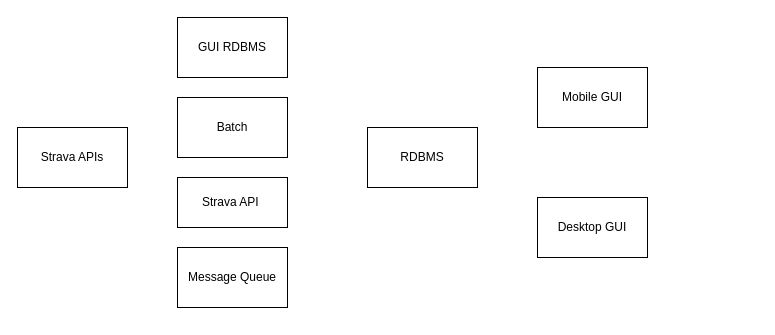
This is page "Application architecture" (1 of 3) of docs/erd_complete.drawio from xivind/velo-supervisor-2000, a draw.io file, before an edit. Source tidied: cells renumbered, new cells numbered last; positions are measured from the earlier drawing's top-left corner, leaving out a move shared by most shapes. Both pictures are drawn from the tidied source at 100%, with x=0, y=0 at pixel (17, 17).
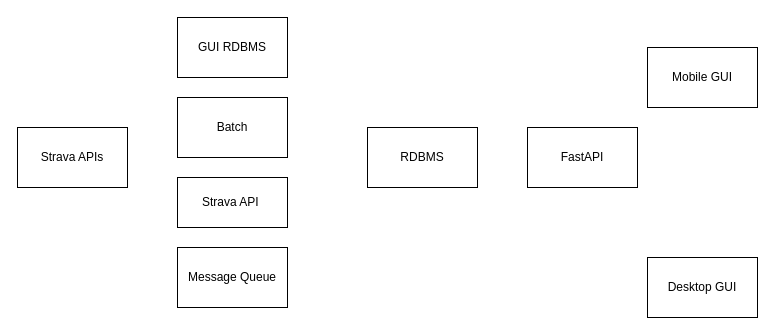
After the change.

What changed in the source:
```diff
@@
 <mxGraphModel>
   <root>
     <mxCell id="0" />
     <mxCell id="1" parent="0" />
     <mxCell id="2" value="GUI RDBMS" style="rounded=0;whiteSpace=wrap;html=1;" parent="1" vertex="1">
       <mxGeometry x="160" width="110" height="60" as="geometry" />
     </mxCell>
     <mxCell id="3" value="Strava API&amp;nbsp;" style="rounded=0;whiteSpace=wrap;html=1;" parent="1" vertex="1">
       <mxGeometry x="160" y="160" width="110" height="50" as="geometry" />
     </mxCell>
     <mxCell id="4" value="Batch" style="rounded=0;whiteSpace=wrap;html=1;" parent="1" vertex="1">
       <mxGeometry x="160" y="80" width="110" height="60" as="geometry" />
     </mxCell>
     <mxCell id="5" value="RDBMS" style="rounded=0;whiteSpace=wrap;html=1;" parent="1" vertex="1">
       <mxGeometry x="350" y="110" width="110" height="60" as="geometry" />
     </mxCell>
     <mxCell id="6" value="Mobile GUI" style="rounded=0;whiteSpace=wrap;html=1;" parent="1" vertex="1">
-      <mxGeometry x="520" y="50" width="110" height="60" as="geometry" />
+      <mxGeometry x="630" y="30" width="110" height="60" as="geometry" />
     </mxCell>
     <mxCell id="7" value="Desktop GUI" style="rounded=0;whiteSpace=wrap;html=1;" parent="1" vertex="1">
-      <mxGeometry x="520" y="180" width="110" height="60" as="geometry" />
+      <mxGeometry x="630" y="240" width="110" height="60" as="geometry" />
     </mxCell>
     <mxCell id="8" value="Strava APIs" style="rounded=0;whiteSpace=wrap;html=1;" parent="1" vertex="1">
       <mxGeometry y="110" width="110" height="60" as="geometry" />
     </mxCell>
     <mxCell id="9" value="Message Queue" style="rounded=0;whiteSpace=wrap;html=1;" parent="1" vertex="1">
       <mxGeometry x="160" y="230" width="110" height="60" as="geometry" />
     </mxCell>
+    <mxCell id="10" value="FastAPI" style="rounded=0;whiteSpace=wrap;html=1;" parent="1" vertex="1">
+      <mxGeometry x="510" y="110" width="110" height="60" as="geometry" />
+    </mxCell>
   </root>
 </mxGraphModel>
```
